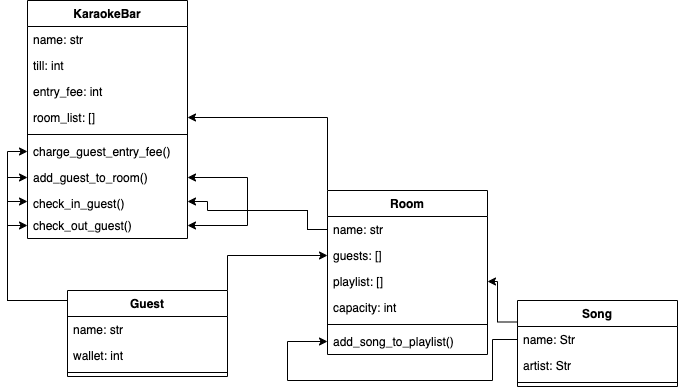
Above: CodeClan_Caraoke.png in StuMcA/multiclass_TDD_homework_ccc (draw.io), before the change. Source tidied: cells renumbered, new cells last; positions are measured from the earlier drawing's top-left corner, leaving out a move shared by most shapes.
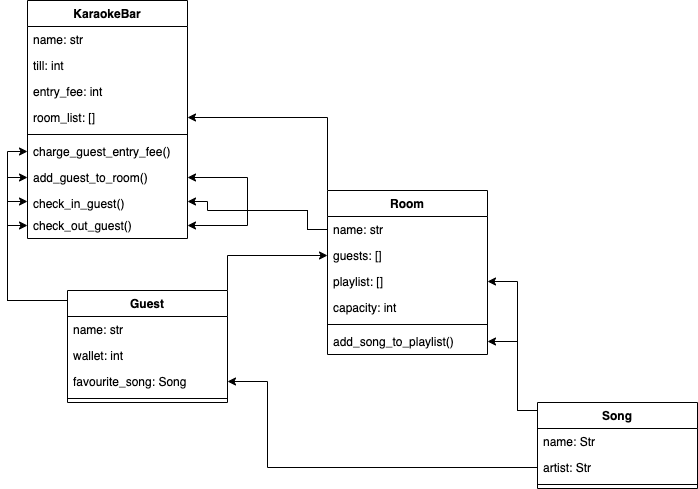
The same diagram one commit later.

Commit message:
added favourite song check

The edit, as a diff of the source:
```diff
@@ -27,10 +27,16 @@
       <mxGeometry y="138" width="160" height="26" as="geometry" />
     </mxCell>
     <mxCell id="10" style="edgeStyle=orthogonalEdgeStyle;rounded=0;jettySize=auto;html=1;exitX=0;exitY=0.25;exitDx=0;exitDy=0;entryX=1;entryY=0.5;entryDx=0;entryDy=0;" parent="1" edge="1" source="11" target="6">
-      <mxGeometry relative="1" as="geometry" />
+      <mxGeometry relative="1" as="geometry">
+        <Array as="points">
+          <mxPoint x="530" y="410" />
+          <mxPoint x="510" y="410" />
+          <mxPoint x="510" y="281" />
+        </Array>
+      </mxGeometry>
     </mxCell>
     <mxCell id="11" value="Song" style="swimlane;fontStyle=1;align=center;verticalAlign=top;horizontal=1;startSize=26;" parent="1" vertex="1">
-      <mxGeometry x="510" y="300" width="160" height="86" as="geometry" />
+      <mxGeometry x="530" y="402" width="160" height="86" as="geometry" />
     </mxCell>
     <mxCell id="12" value="name: Str" style="text;strokeColor=none;fillColor=none;align=left;verticalAlign=top;spacingLeft=4;spacingRight=4;overflow=hidden;points=[[0,0.5],[1,0.5]];portConstraint=eastwest;" parent="11" vertex="1">
       <mxGeometry y="26" width="160" height="26" as="geometry" />
@@ -45,7 +51,7 @@
       <mxGeometry relative="1" as="geometry" />
     </mxCell>
     <mxCell id="16" value="Guest" style="swimlane;fontStyle=1;align=center;verticalAlign=top;horizontal=1;startSize=26;" parent="1" vertex="1">
-      <mxGeometry x="60" y="290" width="160" height="86" as="geometry" />
+      <mxGeometry x="60" y="290" width="160" height="112" as="geometry" />
     </mxCell>
     <mxCell id="17" value="name: str" style="text;strokeColor=none;fillColor=none;align=left;verticalAlign=top;spacingLeft=4;spacingRight=4;overflow=hidden;points=[[0,0.5],[1,0.5]];portConstraint=eastwest;" parent="16" vertex="1">
       <mxGeometry y="26" width="160" height="26" as="geometry" />
@@ -53,8 +59,11 @@
     <mxCell id="18" value="wallet: int" style="text;strokeColor=none;fillColor=none;align=left;verticalAlign=top;spacingLeft=4;spacingRight=4;overflow=hidden;" parent="16" vertex="1">
       <mxGeometry y="52" width="160" height="26" as="geometry" />
     </mxCell>
+    <mxCell id="38" value="favourite_song: Song" style="text;strokeColor=none;fillColor=none;align=left;verticalAlign=top;spacingLeft=4;spacingRight=4;overflow=hidden;points=[[0,0.5],[1,0.5]];portConstraint=eastwest;" parent="16" vertex="1">
+      <mxGeometry y="78" width="160" height="26" as="geometry" />
+    </mxCell>
     <mxCell id="19" style="line;strokeWidth=1;fillColor=none;align=left;verticalAlign=middle;spacingTop=-1;spacingLeft=3;spacingRight=3;labelPosition=right;" parent="16" vertex="1">
-      <mxGeometry y="78" width="160" height="8" as="geometry" />
+      <mxGeometry y="104" width="160" height="8" as="geometry" />
     </mxCell>
     <mxCell id="20" value="KaraokeBar" style="swimlane;fontStyle=1;align=center;verticalAlign=top;horizontal=1;startSize=26;" parent="1" vertex="1">
       <mxGeometry x="20" width="160" height="238" as="geometry" />
@@ -104,13 +113,12 @@
         </Array>
       </mxGeometry>
     </mxCell>
-    <mxCell id="32" style="edgeStyle=orthogonalEdgeStyle;rounded=0;jettySize=auto;html=1;exitX=0;exitY=0.5;exitDx=0;exitDy=0;entryX=0;entryY=0.5;entryDx=0;entryDy=0;" parent="1" edge="1" source="12" target="9">
+    <mxCell id="32" style="edgeStyle=orthogonalEdgeStyle;rounded=0;jettySize=auto;html=1;exitX=0;exitY=0.5;exitDx=0;exitDy=0;entryX=1;entryY=0.5;entryDx=0;entryDy=0;" parent="1" edge="1" source="12" target="9">
       <mxGeometry relative="1" as="geometry">
         <Array as="points">
-          <mxPoint x="485" y="339" />
-          <mxPoint x="485" y="380" />
-          <mxPoint x="280" y="380" />
-          <mxPoint x="280" y="341" />
+          <mxPoint x="530" y="410" />
+          <mxPoint x="510" y="410" />
+          <mxPoint x="510" y="341" />
         </Array>
       </mxGeometry>
     </mxCell>
@@ -162,5 +170,13 @@
         </Array>
       </mxGeometry>
     </mxCell>
+    <mxCell id="39" style="edgeStyle=orthogonalEdgeStyle;rounded=0;jettySize=auto;html=1;exitX=0;exitY=0.5;exitDx=0;exitDy=0;entryX=1;entryY=0.5;entryDx=0;entryDy=0;" parent="1" edge="1" source="13" target="38">
+      <mxGeometry relative="1" as="geometry">
+        <Array as="points">
+          <mxPoint x="260" y="467" />
+          <mxPoint x="260" y="381" />
+        </Array>
+      </mxGeometry>
+    </mxCell>
   </root>
 </mxGraphModel>
```
